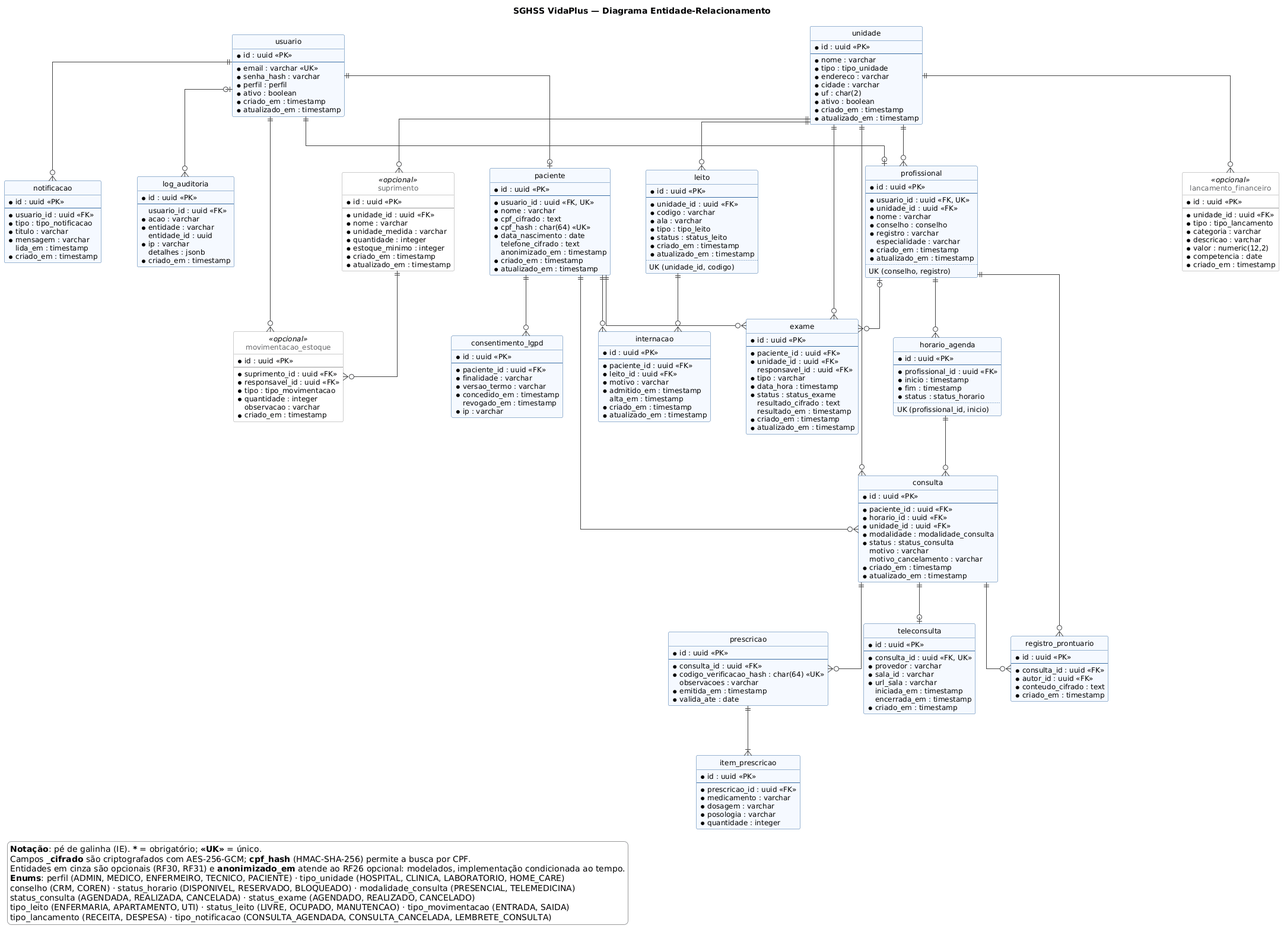
Above: docs/diagramas/der.png in JlucasFaria/sghss-api (PlantUML), before the change.
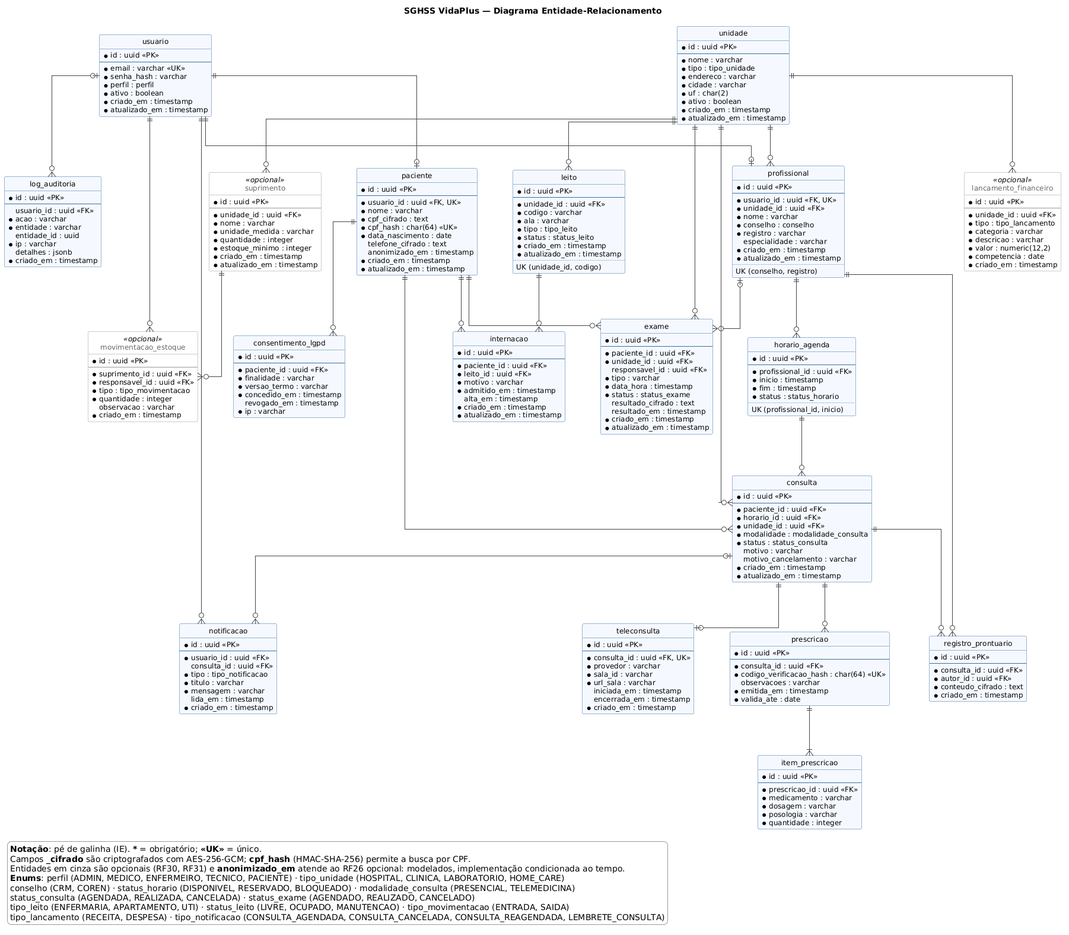
The same diagram one commit later.

Commit message:
feat: gera notificacoes em eventos de consulta

What changed in the source:
```diff
@@ -223,6 +223,7 @@
   * id : uuid <<PK>>
   --
   * usuario_id : uuid <<FK>>
+    consulta_id : uuid <<FK>>
   * tipo : tipo_notificacao
   * titulo : varchar
   * mensagem : varchar
@@ -279,6 +280,7 @@
 consulta ||--o| teleconsulta
 consulta ||--o{ registro
 consulta ||--o{ prescricao
+consulta |o--o{ notificacao
 prescricao ||--|{ item
 
 leito ||--o{ internacao
@@ -292,7 +294,7 @@
   conselho (CRM, COREN) · status_horario (DISPONIVEL, RESERVADO, BLOQUEADO) · modalidade_consulta (PRESENCIAL, TELEMEDICINA)
   status_consulta (AGENDADA, REALIZADA, CANCELADA) · status_exame (AGENDADO, REALIZADO, CANCELADO)
   tipo_leito (ENFERMARIA, APARTAMENTO, UTI) · status_leito (LIVRE, OCUPADO, MANUTENCAO) · tipo_movimentacao (ENTRADA, SAIDA)
-  tipo_lancamento (RECEITA, DESPESA) · tipo_notificacao (CONSULTA_AGENDADA, CONSULTA_CANCELADA, LEMBRETE_CONSULTA)
+  tipo_lancamento (RECEITA, DESPESA) · tipo_notificacao (CONSULTA_AGENDADA, CONSULTA_CANCELADA, CONSULTA_REAGENDADA, LEMBRETE_CONSULTA)
 endlegend
 
 @enduml
```
